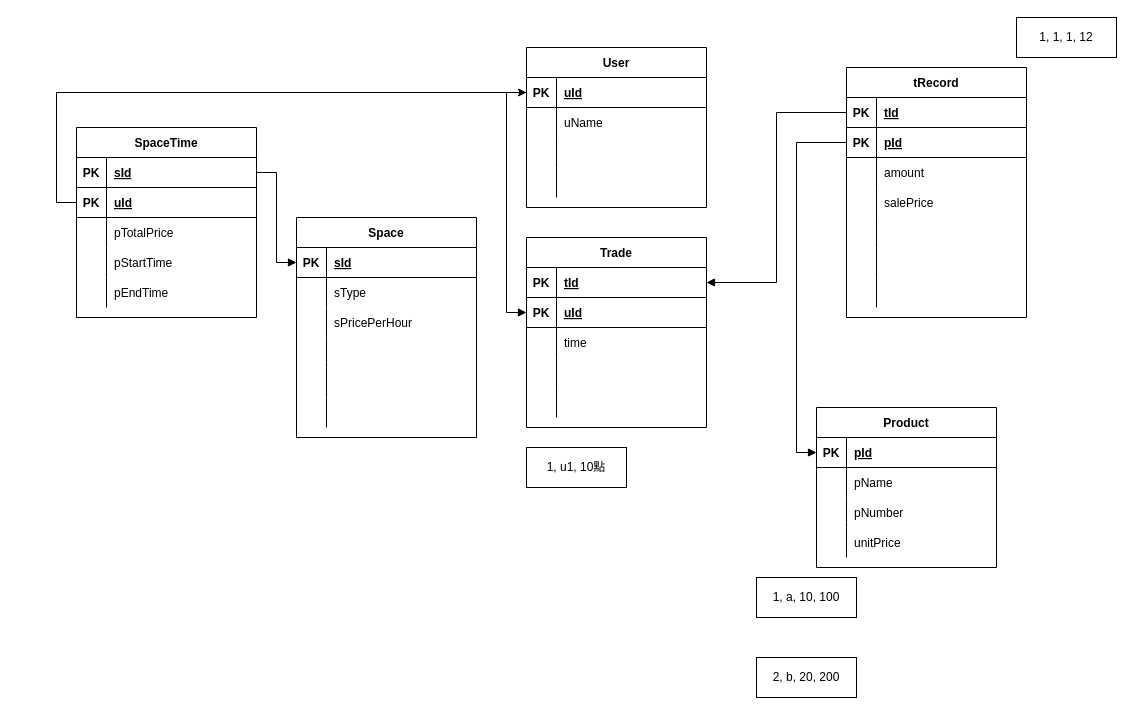
Above: page "Page-2" (2 of 2) of ERD.drawio in Sam199971/Sql_Project (draw.io), before the change. Source tidied: cells renumbered, new cells numbered last; positions are measured from the earlier drawing's top-left corner, leaving out a move shared by most shapes. Both pictures are drawn from the tidied source at 100%, with x=0, y=0 at pixel (76, 17).
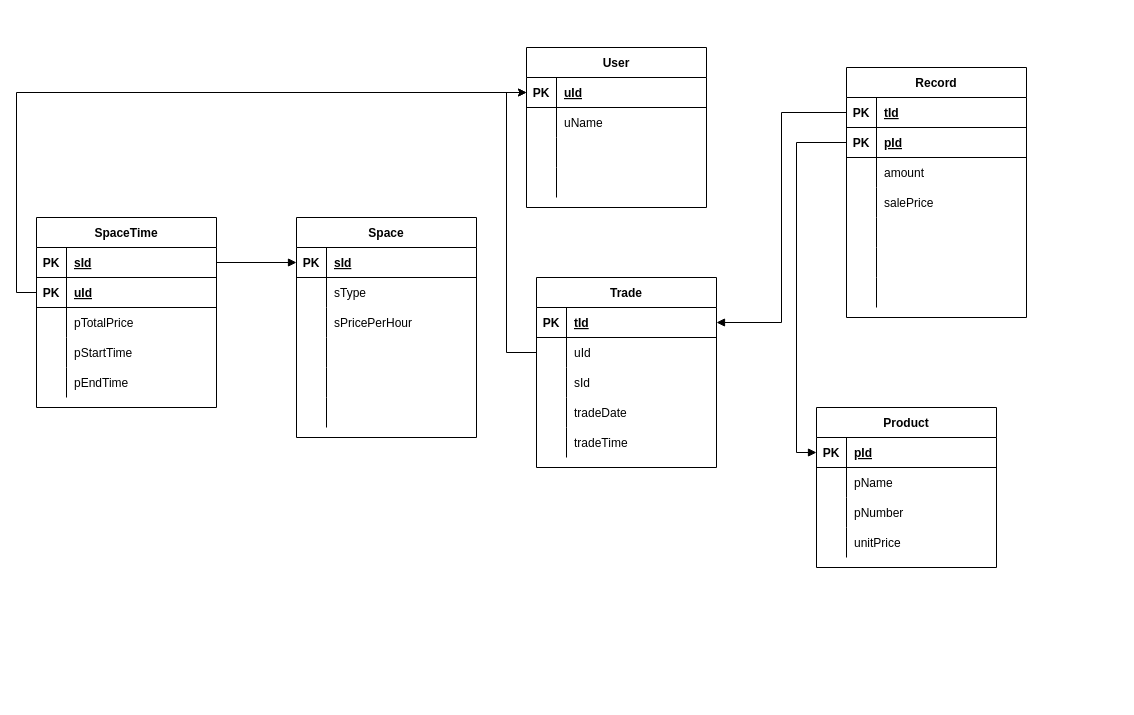
After the change.

Unchanged cells that the change refers to:
```xml
<mxCell id="16" style="shape=partialRectangle;fillColor=none;top=0;left=0;bottom=1;right=0;points=[[0,0.5],[1,0.5]];portConstraint=eastwest;" parent="15" vertex="1">
  <mxGeometry y="30" width="180" height="30" as="geometry" />
</mxCell>
```

Change to the diagram source:
```diff
@@
-    <mxCell id="28" value="tRecord" style="shape=table;startSize=30;childLayout=tableLayout;rowLines=0;fontStyle=1;align=center;" parent="1" vertex="1">
+    <mxCell id="28" value="Record" style="shape=table;startSize=30;childLayout=tableLayout;rowLines=0;fontStyle=1;align=center;" parent="1" vertex="1">
       <mxGeometry x="770" y="50" width="180" height="250" as="geometry" />
     </mxCell>
@@
     <mxCell id="50" value="Trade" style="shape=table;startSize=30;childLayout=tableLayout;rowLines=0;fontStyle=1;align=center;" parent="1" vertex="1">
-      <mxGeometry x="450" y="220" width="180" height="190" as="geometry" />
+      <mxGeometry x="460" y="260" width="180" height="190" as="geometry" />
     </mxCell>
@@
-    <mxCell id="54" style="shape=partialRectangle;fillColor=none;top=0;left=0;bottom=1;right=0;points=[[0,0.5],[1,0.5]];portConstraint=eastwest;" parent="50" vertex="1">
-      <mxGeometry y="60" width="180" height="30" as="geometry" />
-    </mxCell>
-    <mxCell id="55" value="PK" style="shape=partialRectangle;fillColor=none;top=0;left=0;bottom=0;right=0;fontStyle=1;overflow=hidden;" parent="54" vertex="1">
-      <mxGeometry width="30" height="30" as="geometry" />
-    </mxCell>
-    <mxCell id="56" value="uId" style="shape=partialRectangle;fillColor=none;top=0;left=0;bottom=0;right=0;align=left;spacingLeft=6;fontStyle=5;overflow=hidden;" parent="54" vertex="1">
-      <mxGeometry x="30" width="150" height="30" as="geometry" />
-    </mxCell>
     <mxCell id="57" style="shape=partialRectangle;fillColor=none;top=0;left=0;bottom=0;right=0;points=[[0,0.5],[1,0.5]];portConstraint=eastwest;" parent="50" vertex="1">
-      <mxGeometry y="90" width="180" height="30" as="geometry" />
+      <mxGeometry y="60" width="180" height="30" as="geometry" />
     </mxCell>
@@
-    <mxCell id="59" value="time" style="shape=partialRectangle;fillColor=none;top=0;left=0;bottom=0;right=0;align=left;spacingLeft=6;overflow=hidden;" parent="57" vertex="1">
+    <mxCell id="59" value="uId" style="shape=partialRectangle;fillColor=none;top=0;left=0;bottom=0;right=0;align=left;spacingLeft=6;overflow=hidden;" parent="57" vertex="1">
       <mxGeometry x="30" width="150" height="30" as="geometry" />
     </mxCell>
     <mxCell id="60" style="shape=partialRectangle;fillColor=none;top=0;left=0;bottom=0;right=0;" parent="50" vertex="1">
-      <mxGeometry y="120" width="180" height="30" as="geometry" />
+      <mxGeometry y="90" width="180" height="30" as="geometry" />
     </mxCell>
@@
-    <mxCell id="62" style="shape=partialRectangle;fillColor=none;top=0;left=0;bottom=0;right=0;align=left;spacingLeft=6;overflow=hidden;" parent="60" vertex="1">
+    <mxCell id="62" value="sId" style="shape=partialRectangle;fillColor=none;top=0;left=0;bottom=0;right=0;align=left;spacingLeft=6;overflow=hidden;" parent="60" vertex="1">
       <mxGeometry x="30" width="150" height="30" as="geometry" />
     </mxCell>
     <mxCell id="63" style="shape=partialRectangle;fillColor=none;top=0;left=0;bottom=0;right=0;" parent="50" vertex="1">
-      <mxGeometry y="150" width="180" height="30" as="geometry" />
+      <mxGeometry y="120" width="180" height="30" as="geometry" />
     </mxCell>
@@
-    <mxCell id="65" style="shape=partialRectangle;fillColor=none;top=0;left=0;bottom=0;right=0;align=left;spacingLeft=6;overflow=hidden;" parent="63" vertex="1">
+    <mxCell id="65" value="tradeDate" style="shape=partialRectangle;fillColor=none;top=0;left=0;bottom=0;right=0;align=left;spacingLeft=6;overflow=hidden;" parent="63" vertex="1">
       <mxGeometry x="30" width="150" height="30" as="geometry" />
     </mxCell>
+    <mxCell id="110" style="shape=partialRectangle;fillColor=none;top=0;left=0;bottom=0;right=0;" parent="50" vertex="1">
+      <mxGeometry y="150" width="180" height="30" as="geometry" />
+    </mxCell>
+    <mxCell id="111" style="shape=partialRectangle;fillColor=none;top=0;left=0;bottom=0;right=0;overflow=hidden;" parent="110" vertex="1">
+      <mxGeometry width="30" height="30" as="geometry" />
+    </mxCell>
+    <mxCell id="112" value="tradeTime" style="shape=partialRectangle;fillColor=none;top=0;left=0;bottom=0;right=0;align=left;spacingLeft=6;overflow=hidden;" parent="110" vertex="1">
+      <mxGeometry x="30" width="150" height="30" as="geometry" />
+    </mxCell>
@@
-    <mxCell id="67" value="1, a, 10, 100" style="whiteSpace=wrap;html=1;align=center;" parent="1" vertex="1">
-      <mxGeometry x="680" y="560" width="100" height="40" as="geometry" />
-    </mxCell>
-    <mxCell id="68" value="2, b, 20, 200" style="whiteSpace=wrap;html=1;align=center;" parent="1" vertex="1">
-      <mxGeometry x="680" y="640" width="100" height="40" as="geometry" />
-    </mxCell>
-    <mxCell id="69" value="1, u1, 10點" style="whiteSpace=wrap;html=1;align=center;" parent="1" vertex="1">
-      <mxGeometry x="450" y="430" width="100" height="40" as="geometry" />
-    </mxCell>
-    <mxCell id="70" value="1, 1, 1, 12" style="whiteSpace=wrap;html=1;align=center;" parent="1" vertex="1">
-      <mxGeometry x="940" width="100" height="40" as="geometry" />
-    </mxCell>
@@
     <mxCell id="72" value="SpaceTime" style="shape=table;startSize=30;childLayout=tableLayout;rowLines=0;fontStyle=1;align=center;" parent="1" vertex="1">
-      <mxGeometry y="110" width="180" height="190" as="geometry" />
+      <mxGeometry x="-40" y="200" width="180" height="190" as="geometry" />
     </mxCell>
@@
-    <mxCell id="88" style="edgeStyle=orthogonalEdgeStyle;rounded=0;jettySize=auto;html=1;entryX=0;entryY=0.5;entryDx=0;entryDy=0;endArrow=block;endFill=1;" parent="1" edge="1" source="16" target="54">
-      <mxGeometry relative="1" as="geometry" />
-    </mxCell>
@@
+    <mxCell id="113" style="edgeStyle=orthogonalEdgeStyle;rounded=0;jettySize=auto;html=1;exitX=0;exitY=0.5;exitDx=0;exitDy=0;entryX=0;entryY=0.5;entryDx=0;entryDy=0;" parent="1" edge="1" source="57" target="16">
+      <mxGeometry relative="1" as="geometry" />
+    </mxCell>
```
